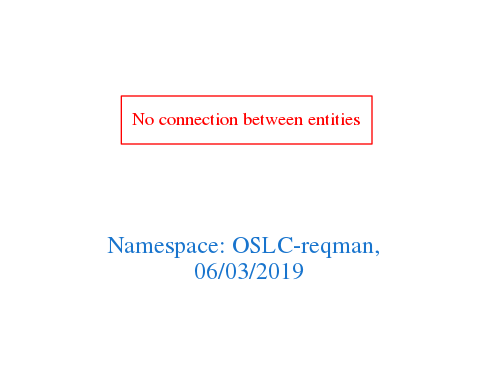
Earlier version of the Graphviz export downloads/OSLC-reqman.png (arago/OGIT). Its source is kept beside it as downloads/OSLC-reqman.dot. Source of this version:
```dot
digraph OGIT_ontology {
 graph [ rankdir= LR,pad=1
fontsize = 18,
fontcolor= dodgerblue3,label = "\n\n\nNamespace: OSLC-reqman, \n 06/03/2019"];
node[shape=polygon];
edge [  color="gray81"];

"No connection between entities" [fontcolor = "red",color="red", shape="polygon"]
}
```
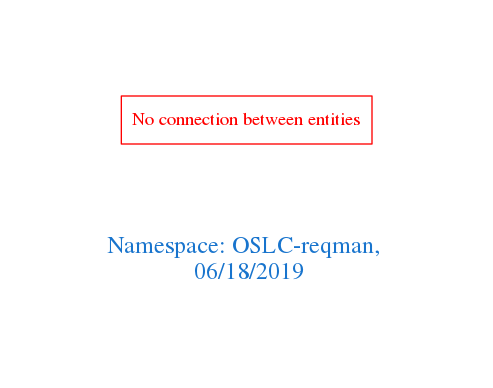
After the commit.

The edit, as a diff of the source:
```diff
@@ -1,7 +1,7 @@
 digraph OGIT_ontology {
  graph [ rankdir= LR,pad=1
 fontsize = 18,
-fontcolor= dodgerblue3,label = "\n\n\nNamespace: OSLC-reqman, \n 06/03/2019"];
+fontcolor= dodgerblue3,label = "\n\n\nNamespace: OSLC-reqman, \n 06/18/2019"];
 node[shape=polygon];
 edge [  color="gray81"];
 
```
